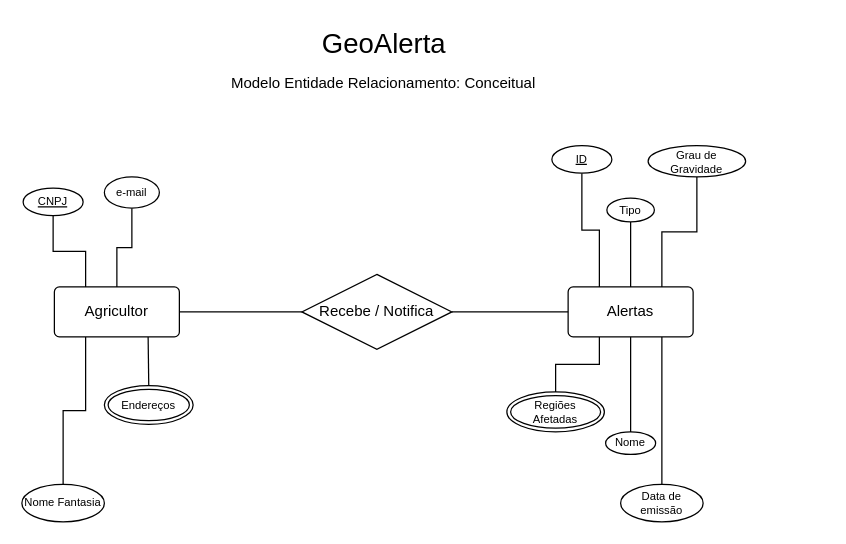
Code-Masters-F/GeoAlerta keeps this draw.io diagram as page "ER Conceitual" (1 of 3) of banco-de-dados/Diagrama-ER.drawio. Above is the earlier version. Source tidied: cells renumbered, new cells numbered last; positions are measured from the earlier drawing's top-left corner, leaving out a move shared by most shapes. Both pictures are drawn from the tidied source at 125%, with x=0, y=0 at pixel (21, 21).
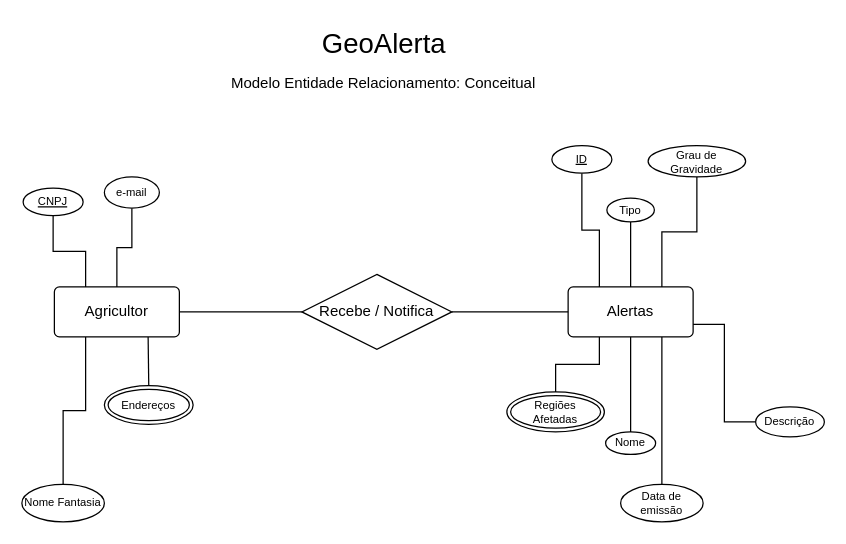
After the change.

Unchanged cells that the change refers to:
```xml
<mxCell id="9" value="Alertas" style="rounded=1;arcSize=10;whiteSpace=wrap;html=1;align=center;" parent="1" vertex="1">
  <mxGeometry x="437" y="212" width="100" height="40" as="geometry" />
</mxCell>
```

Diff of the diagram source:
```diff
@@
+    <mxCell id="29" style="edgeStyle=orthogonalEdgeStyle;rounded=0;jettySize=auto;html=1;entryX=1;entryY=0.75;entryDx=0;entryDy=0;endArrow=none;endFill=0;" parent="1" edge="1" source="30" target="9">
+      <mxGeometry relative="1" as="geometry" />
+    </mxCell>
+    <mxCell id="30" value="Descrição" style="ellipse;whiteSpace=wrap;html=1;align=center;fontSize=9;" parent="1" vertex="1">
+      <mxGeometry x="587" y="308" width="55" height="24" as="geometry" />
+    </mxCell>
```
